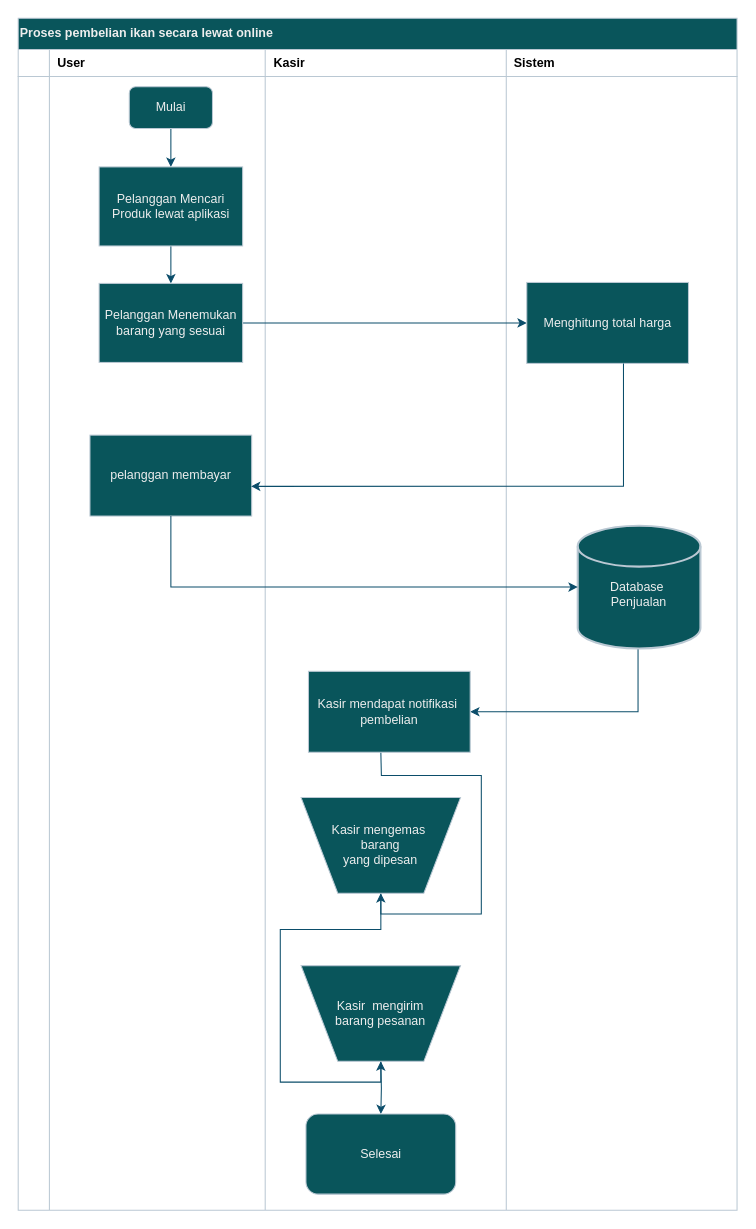
shinoaaa/drawio keeps this draw.io diagram as beli onlien.drawio. Above is the earlier version. Source tidied: cells renumbered, new cells numbered last; positions are measured from the earlier drawing's top-left corner, leaving out a move shared by most shapes. Both pictures are drawn from the tidied source at 104%, with x=0, y=0 at pixel (18, 18).
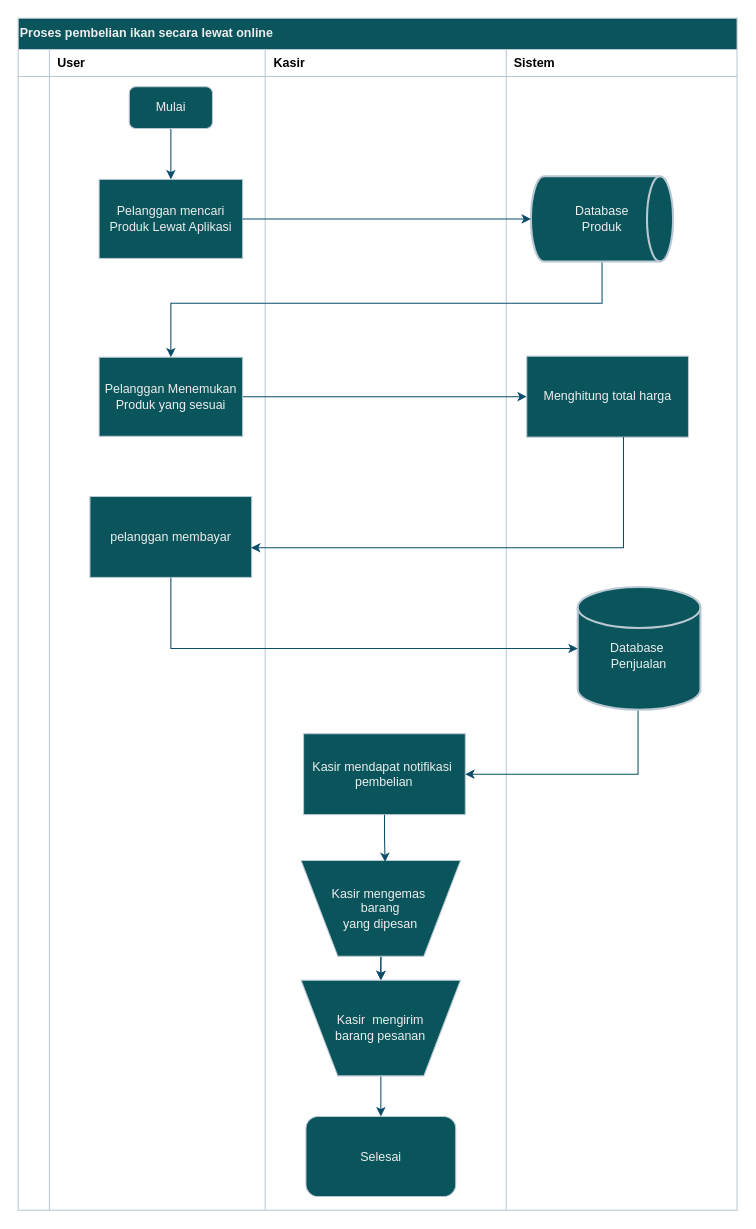
After the change.

The change refers to these unchanged cells:
```xml
<mxCell id="24" value="&lt;font&gt;Mulai&lt;/font&gt;" style="rounded=1;whiteSpace=wrap;html=1;fillColor=#09555B;fontColor=#EEEEEE;strokeColor=#BAC8D3;labelBackgroundColor=none;" parent="1" vertex="1">
  <mxGeometry x="106.8" y="66" width="80" height="40" as="geometry" />
</mxCell>
```

Diff of the diagram source:
```diff
@@
-    <mxCell id="23" style="edgeStyle=orthogonalEdgeStyle;rounded=0;jettySize=auto;html=1;entryX=0.5;entryY=0;entryDx=0;entryDy=0;strokeColor=#0B4D6A;" parent="1" edge="1" source="24" target="36">
+    <mxCell id="23" style="edgeStyle=orthogonalEdgeStyle;rounded=0;jettySize=auto;html=1;entryX=0.5;entryY=0;entryDx=0;entryDy=0;strokeColor=#0B4D6A;labelBackgroundColor=none;fontColor=default;" parent="1" edge="1" source="24" target="48">
       <mxGeometry relative="1" as="geometry" />
     </mxCell>
@@
-    <mxCell id="25" style="edgeStyle=orthogonalEdgeStyle;rounded=0;jettySize=auto;html=1;entryX=0.5;entryY=1;entryDx=0;entryDy=0;strokeColor=#0B4D6A;labelBackgroundColor=none;fontColor=default;" parent="1" edge="1" target="30">
-      <mxGeometry relative="1" as="geometry">
-        <mxPoint x="348.7" y="705.8" as="sourcePoint" />
-      </mxGeometry>
-    </mxCell>
-    <mxCell id="26" style="edgeStyle=orthogonalEdgeStyle;rounded=0;jettySize=auto;html=1;entryX=0.5;entryY=0;entryDx=0;entryDy=0;strokeColor=#0B4D6A;labelBackgroundColor=none;fontColor=default;" parent="1" edge="1" target="27">
-      <mxGeometry relative="1" as="geometry">
-        <mxPoint x="348.7" y="1003" as="sourcePoint" />
-      </mxGeometry>
-    </mxCell>
     <mxCell id="27" value="Selesai" style="rounded=1;whiteSpace=wrap;html=1;strokeColor=#BAC8D3;fontColor=#EEEEEE;fillColor=#09555B;labelBackgroundColor=none;" parent="1" vertex="1">
-      <mxGeometry x="276.7" y="1053.7" width="144" height="77" as="geometry" />
+      <mxGeometry x="276.7" y="1056" width="144" height="77" as="geometry" />
     </mxCell>
     <mxCell id="28" value="pelanggan membayar" style="rounded=0;whiteSpace=wrap;html=1;strokeColor=#BAC8D3;fontColor=#EEEEEE;fillColor=#09555B;labelBackgroundColor=none;" parent="1" vertex="1">
-      <mxGeometry x="69" y="400.9" width="155.5" height="77.8" as="geometry" />
+      <mxGeometry x="69" y="459.9" width="155.5" height="77.8" as="geometry" />
     </mxCell>
-    <mxCell id="29" style="edgeStyle=orthogonalEdgeStyle;rounded=0;jettySize=auto;html=1;entryX=0.5;entryY=1;entryDx=0;entryDy=0;strokeColor=#0B4D6A;labelBackgroundColor=none;fontColor=default;" parent="1" edge="1" source="30" target="34">
-      <mxGeometry relative="1" as="geometry" />
-    </mxCell>
+    <mxCell id="42" style="edgeStyle=orthogonalEdgeStyle;rounded=0;jettySize=auto;html=1;entryX=0.5;entryY=0;entryDx=0;entryDy=0;labelBackgroundColor=none;strokeColor=#0B4D6A;fontColor=default;" parent="1" edge="1" source="30" target="34">
+      <mxGeometry relative="1" as="geometry" />
+    </mxCell>
+    <mxCell id="43" style="edgeStyle=orthogonalEdgeStyle;rounded=0;jettySize=auto;html=1;entryX=0.5;entryY=0;entryDx=0;entryDy=0;labelBackgroundColor=none;strokeColor=#0B4D6A;fontColor=default;" parent="1" edge="1" source="30" target="34">
+      <mxGeometry relative="1" as="geometry" />
+    </mxCell>
     <mxCell id="30" value="Kasir mengemas&amp;nbsp;&lt;div&gt;barang&lt;div&gt;yang dipesan&lt;/div&gt;&lt;/div&gt;" style="verticalLabelPosition=middle;verticalAlign=middle;html=1;shape=trapezoid;perimeter=trapezoidPerimeter;whiteSpace=wrap;size=0.23;arcSize=10;flipV=1;labelPosition=center;align=center;strokeColor=#BAC8D3;fontColor=#EEEEEE;fillColor=#09555B;labelBackgroundColor=none;" parent="1" vertex="1">
-      <mxGeometry x="272" y="749.4" width="153.3" height="92" as="geometry" />
+      <mxGeometry x="272" y="810" width="153.3" height="92" as="geometry" />
     </mxCell>
     <mxCell id="31" style="edgeStyle=orthogonalEdgeStyle;rounded=0;jettySize=auto;html=1;entryX=1;entryY=0.5;entryDx=0;entryDy=0;strokeColor=#0B4D6A;labelBackgroundColor=none;fontColor=default;" parent="1" edge="1" source="32" target="33">
       <mxGeometry relative="1" as="geometry">
         <Array as="points">
-          <mxPoint x="596" y="667" />
+          <mxPoint x="596" y="726" />
         </Array>
       </mxGeometry>
     </mxCell>
     <mxCell id="32" value="&lt;div&gt;&lt;br&gt;&lt;/div&gt;Database&amp;nbsp;&lt;div&gt;Penjualan&lt;/div&gt;" style="strokeWidth=2;html=1;shape=mxgraph.flowchart.database;whiteSpace=wrap;labelBackgroundColor=none;fillColor=#09555B;strokeColor=#BAC8D3;fontColor=#EEEEEE;" parent="1" vertex="1">
-      <mxGeometry x="538" y="488" width="118" height="118" as="geometry" />
+      <mxGeometry x="538" y="547" width="118" height="118" as="geometry" />
     </mxCell>
     <mxCell id="33" value="Kasir mendapat notifikasi&amp;nbsp;&lt;div&gt;pembelian&lt;/div&gt;" style="rounded=0;whiteSpace=wrap;html=1;strokeColor=#BAC8D3;fontColor=#EEEEEE;fillColor=#09555B;labelBackgroundColor=none;" parent="1" vertex="1">
-      <mxGeometry x="279.1" y="628" width="155.5" height="77.8" as="geometry" />
+      <mxGeometry x="274.4" y="688" width="155.5" height="77.8" as="geometry" />
     </mxCell>
+    <mxCell id="44" style="edgeStyle=orthogonalEdgeStyle;rounded=0;jettySize=auto;html=1;entryX=0.5;entryY=0;entryDx=0;entryDy=0;strokeColor=#0B4D6A;" parent="1" edge="1" source="34" target="27">
+      <mxGeometry relative="1" as="geometry" />
+    </mxCell>
     <mxCell id="34" value="Kasir&amp;nbsp; mengirim&lt;div&gt;barang pesanan&lt;/div&gt;" style="verticalLabelPosition=middle;verticalAlign=middle;html=1;shape=trapezoid;perimeter=trapezoidPerimeter;whiteSpace=wrap;size=0.23;arcSize=10;flipV=1;labelPosition=center;align=center;strokeColor=#BAC8D3;fontColor=#EEEEEE;fillColor=#09555B;labelBackgroundColor=none;" parent="1" vertex="1">
-      <mxGeometry x="272" y="911" width="153.3" height="92" as="geometry" />
+      <mxGeometry x="272" y="925" width="153.3" height="92" as="geometry" />
     </mxCell>
-    <mxCell id="35" style="edgeStyle=orthogonalEdgeStyle;rounded=0;jettySize=auto;html=1;strokeColor=#0B4D6A;" parent="1" edge="1" source="36" target="38">
-      <mxGeometry relative="1" as="geometry" />
-    </mxCell>
-    <mxCell id="36" value="Pelanggan Mencari Produk lewat aplikasi" style="rounded=0;whiteSpace=wrap;html=1;labelBackgroundColor=none;fillColor=#09555B;strokeColor=#BAC8D3;fontColor=#EEEEEE;" parent="1" vertex="1">
-      <mxGeometry x="77.8" y="143" width="138" height="76" as="geometry" />
-    </mxCell>
-    <mxCell id="37" style="edgeStyle=orthogonalEdgeStyle;rounded=0;jettySize=auto;html=1;entryX=0;entryY=0.5;entryDx=0;entryDy=0;strokeColor=#0B4D6A;" parent="1" edge="1" source="38" target="39">
+    <mxCell id="37" style="edgeStyle=orthogonalEdgeStyle;rounded=0;jettySize=auto;html=1;entryX=0;entryY=0.5;entryDx=0;entryDy=0;strokeColor=#0B4D6A;labelBackgroundColor=none;fontColor=default;" parent="1" edge="1" source="38" target="39">
       <mxGeometry relative="1" as="geometry" />
     </mxCell>
-    <mxCell id="38" value="Pelanggan Menemukan barang yang sesuai" style="rounded=0;whiteSpace=wrap;html=1;labelBackgroundColor=none;fillColor=#09555B;strokeColor=#BAC8D3;fontColor=#EEEEEE;" parent="1" vertex="1">
-      <mxGeometry x="77.8" y="255" width="138" height="76" as="geometry" />
+    <mxCell id="38" value="Pelanggan Menemukan Produk yang sesuai" style="rounded=0;whiteSpace=wrap;html=1;labelBackgroundColor=none;fillColor=#09555B;strokeColor=#BAC8D3;fontColor=#EEEEEE;" parent="1" vertex="1">
+      <mxGeometry x="77.8" y="326" width="138" height="76" as="geometry" />
     </mxCell>
     <mxCell id="39" value="Menghitung total harga" style="rounded=0;whiteSpace=wrap;html=1;strokeColor=#BAC8D3;fontColor=#EEEEEE;fillColor=#09555B;labelBackgroundColor=none;" parent="1" vertex="1">
-      <mxGeometry x="489" y="254.1" width="155.5" height="77.8" as="geometry" />
+      <mxGeometry x="489" y="325" width="155.5" height="77.8" as="geometry" />
     </mxCell>
-    <mxCell id="40" style="edgeStyle=orthogonalEdgeStyle;rounded=0;jettySize=auto;html=1;entryX=0.996;entryY=0.633;entryDx=0;entryDy=0;entryPerimeter=0;strokeColor=#0B4D6A;" parent="1" edge="1" source="39" target="28">
+    <mxCell id="40" style="edgeStyle=orthogonalEdgeStyle;rounded=0;jettySize=auto;html=1;entryX=0.996;entryY=0.633;entryDx=0;entryDy=0;entryPerimeter=0;strokeColor=#0B4D6A;labelBackgroundColor=none;fontColor=default;" parent="1" edge="1" source="39" target="28">
       <mxGeometry relative="1" as="geometry">
         <Array as="points">
-          <mxPoint x="582" y="450" />
+          <mxPoint x="582" y="509" />
         </Array>
       </mxGeometry>
     </mxCell>
-    <mxCell id="41" style="edgeStyle=orthogonalEdgeStyle;rounded=0;jettySize=auto;html=1;entryX=0;entryY=0.5;entryDx=0;entryDy=0;entryPerimeter=0;strokeColor=#0B4D6A;" parent="1" edge="1" source="28" target="32">
+    <mxCell id="41" style="edgeStyle=orthogonalEdgeStyle;rounded=0;jettySize=auto;html=1;entryX=0;entryY=0.5;entryDx=0;entryDy=0;entryPerimeter=0;strokeColor=#0B4D6A;labelBackgroundColor=none;fontColor=default;" parent="1" edge="1" source="28" target="32">
       <mxGeometry relative="1" as="geometry">
         <Array as="points">
-          <mxPoint x="147" y="547" />
+          <mxPoint x="147" y="606" />
         </Array>
       </mxGeometry>
     </mxCell>
+    <mxCell id="45" style="edgeStyle=orthogonalEdgeStyle;rounded=0;jettySize=auto;html=1;entryX=0.5;entryY=0;entryDx=0;entryDy=0;strokeColor=#0B4D6A;" parent="1" edge="1" source="46" target="38">
+      <mxGeometry relative="1" as="geometry">
+        <Array as="points">
+          <mxPoint x="561" y="274" />
+          <mxPoint x="147" y="274" />
+        </Array>
+      </mxGeometry>
+    </mxCell>
+    <mxCell id="46" value="Database&lt;div&gt;Produk&lt;/div&gt;" style="strokeWidth=2;html=1;shape=mxgraph.flowchart.direct_data;whiteSpace=wrap;labelBackgroundColor=none;fillColor=#09555B;strokeColor=#BAC8D3;fontColor=#EEEEEE;" parent="1" vertex="1">
+      <mxGeometry x="493" y="152" width="136.7" height="82" as="geometry" />
+    </mxCell>
+    <mxCell id="47" style="edgeStyle=orthogonalEdgeStyle;rounded=0;jettySize=auto;html=1;entryX=0.527;entryY=0.985;entryDx=0;entryDy=0;entryPerimeter=0;labelBackgroundColor=none;strokeColor=#0B4D6A;fontColor=default;" parent="1" edge="1" source="33" target="30">
+      <mxGeometry relative="1" as="geometry" />
+    </mxCell>
+    <mxCell id="48" value="Pelanggan mencari Produk Lewat Aplikasi" style="rounded=0;whiteSpace=wrap;html=1;labelBackgroundColor=none;fillColor=#09555B;strokeColor=#BAC8D3;fontColor=#EEEEEE;" parent="1" vertex="1">
+      <mxGeometry x="77.8" y="155" width="138" height="76" as="geometry" />
+    </mxCell>
+    <mxCell id="49" style="edgeStyle=orthogonalEdgeStyle;rounded=0;jettySize=auto;html=1;entryX=0;entryY=0.5;entryDx=0;entryDy=0;entryPerimeter=0;strokeColor=#0B4D6A;" parent="1" edge="1" source="48" target="46">
+      <mxGeometry relative="1" as="geometry" />
+    </mxCell>
```
